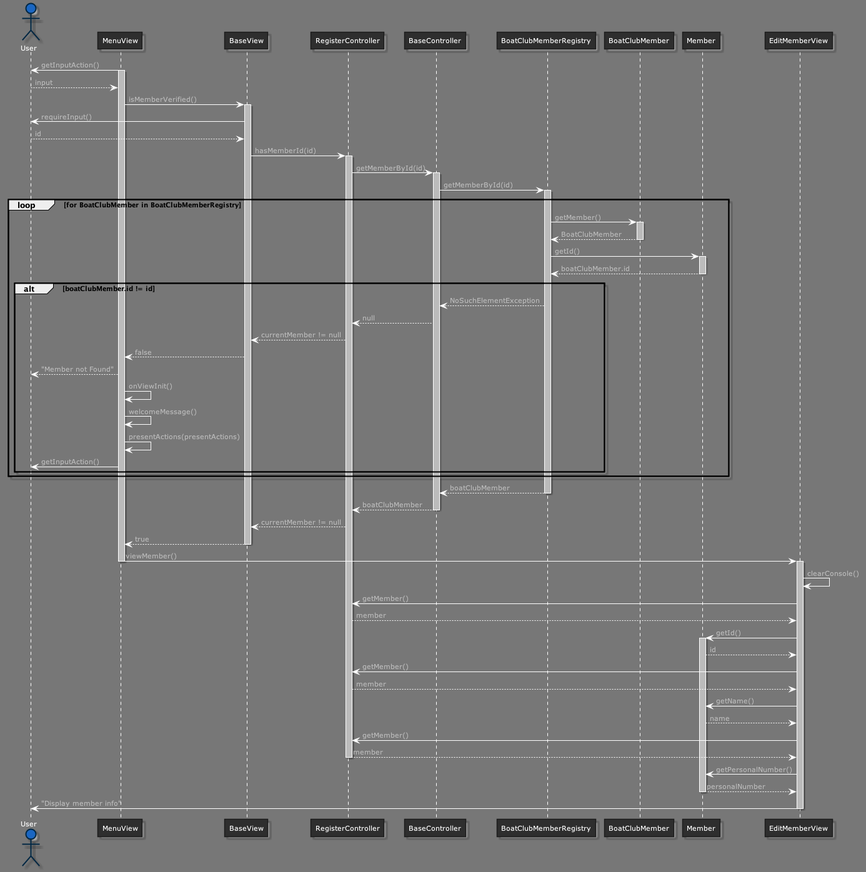
Earlier version of the PlantUML export out/diagrams/sequenceViewMemberDiagram/sequenceDiagramViewMember.png (clundstrom/mvc_pirates).
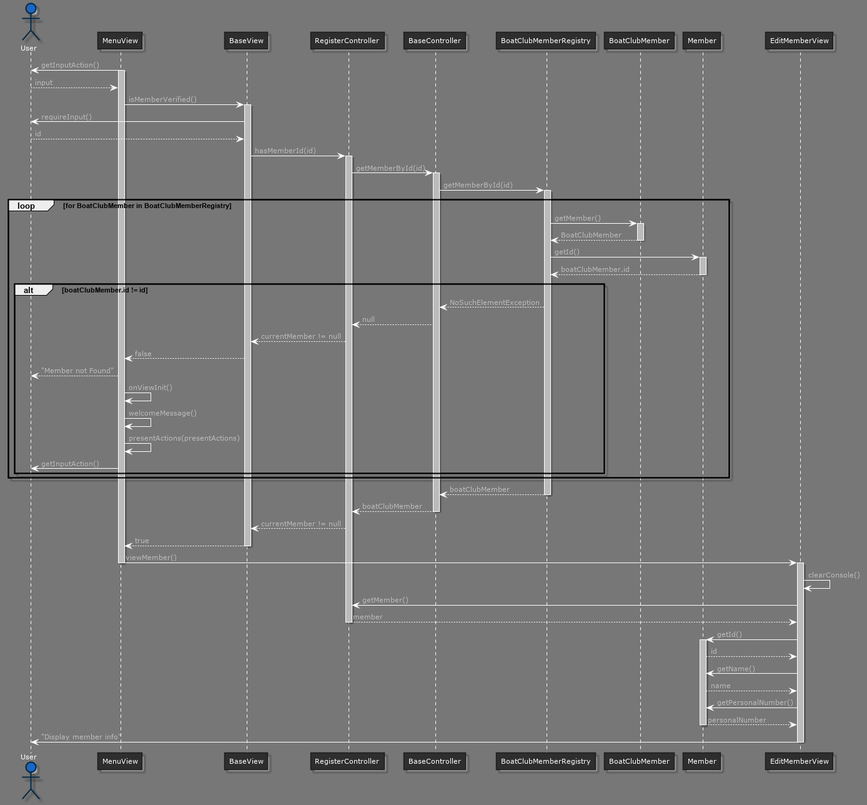
The same file after the commit.

Commit message:
changed view diagram and refactored some code

What changed in the source:
```diff
@@ -311,16 +311,16 @@
 EditMemberView -> EditMemberView : clearConsole()
 EditMemberView -> RegisterController : getMember()
 RegisterController --> EditMemberView : member
+deactivate RegisterController
+
 EditMemberView -> Member : getId()
 activate Member
 Member --> EditMemberView : id
-EditMemberView -> RegisterController : getMember()
-RegisterController --> EditMemberView : member
+
+
 EditMemberView -> Member : getName()
 Member --> EditMemberView : name
-EditMemberView -> RegisterController : getMember()
-RegisterController --> EditMemberView : member
-deactivate RegisterController
+
 EditMemberView -> Member : getPersonalNumber()
 Member --> EditMemberView : personalNumber
 deactivate Member
```
